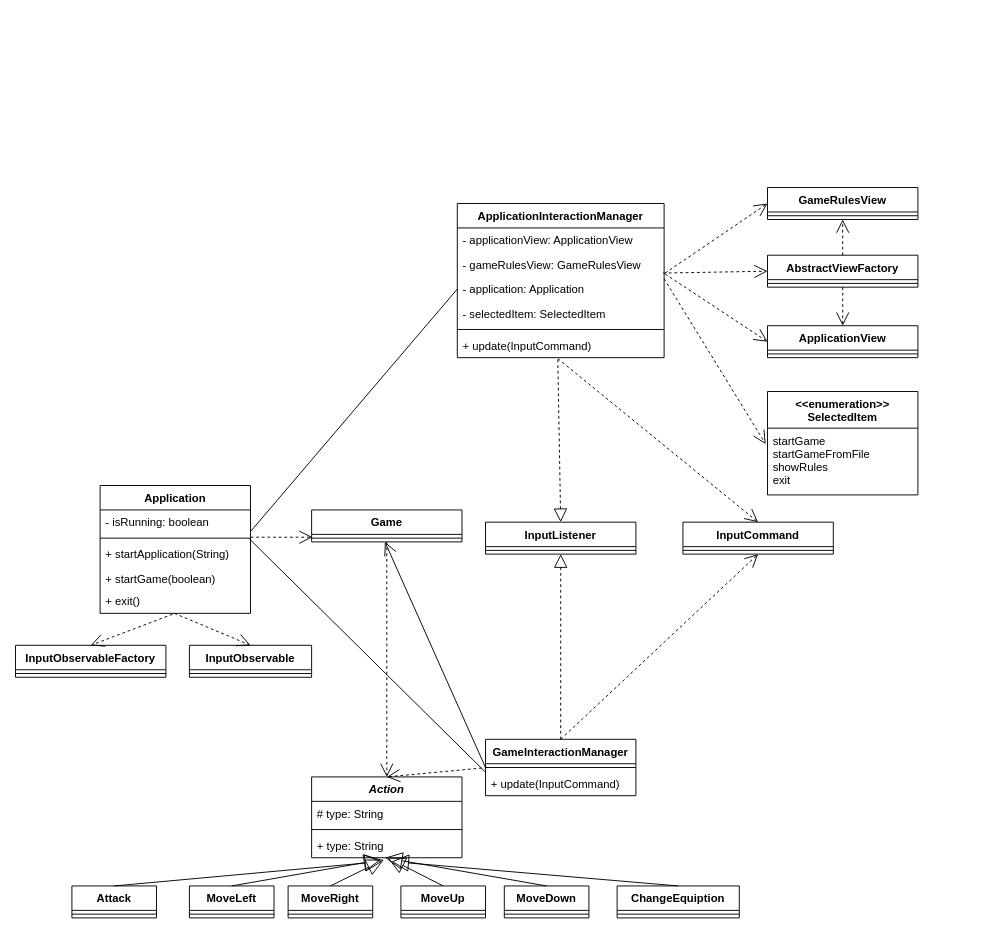
Soykaa/Roguelike keeps this draw.io diagram as architecture/source/controller_component.drawio. Above is the earlier version. Source tidied: cells renumbered, new cells numbered last; positions are measured from the earlier drawing's top-left corner, leaving out a move shared by most shapes. Both pictures are drawn from the tidied source at 94%, with x=0, y=0 at pixel (15, 187).
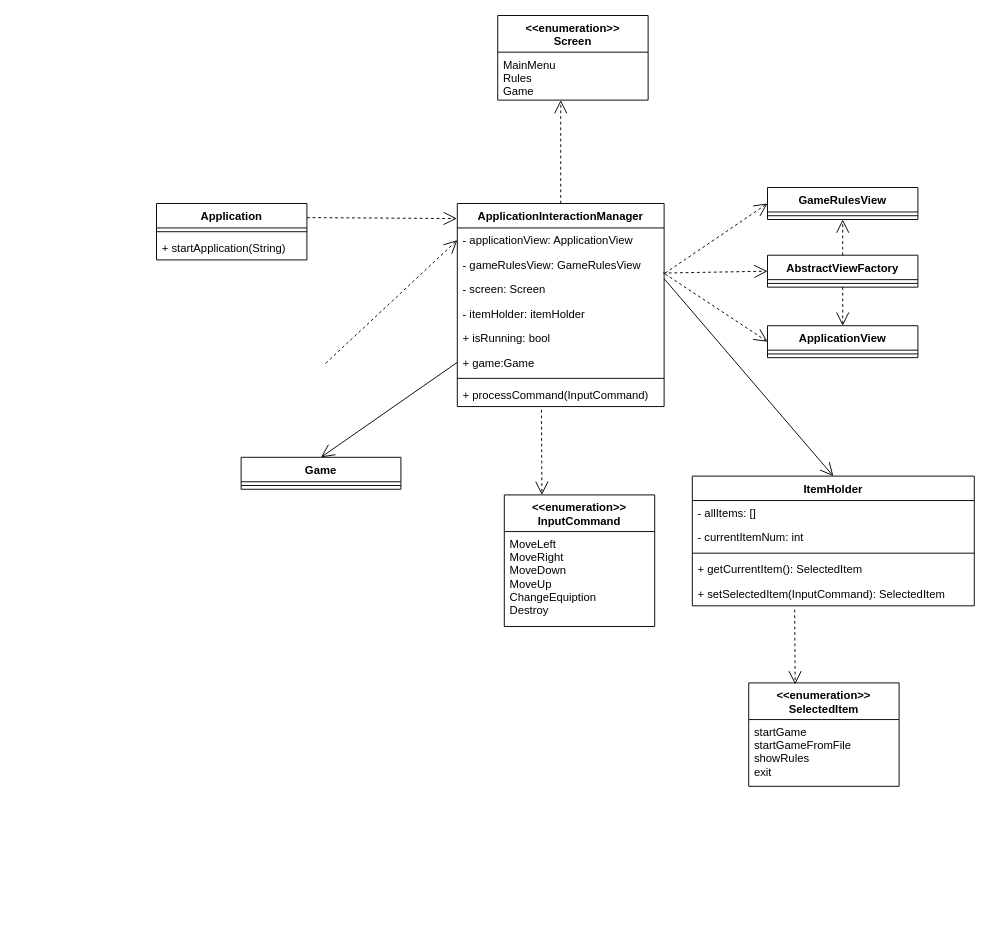
The same diagram, later.

Unchanged cells that the change refers to:
```xml
<mxCell id="15" value="- applicationView: ApplicationView" style="text;strokeColor=none;fillColor=none;align=left;verticalAlign=top;spacingLeft=4;spacingRight=4;overflow=hidden;points=[[0,0.5],[1,0.5]];portConstraint=eastwest;" parent="14" vertex="1">
  <mxGeometry y="26" width="220" height="26" as="geometry" />
</mxCell>
<mxCell id="65" value="startGame&#10;startGameFromFile&#10;showRules&#10;exit&#10;" style="text;strokeColor=none;fillColor=none;align=left;verticalAlign=top;spacingLeft=4;spacingRight=4;overflow=hidden;points=[[0,0.5],[1,0.5]];portConstraint=eastwest;" parent="64" vertex="1">
  <mxGeometry y="39" width="160" height="71" as="geometry" />
</mxCell>
```

What changed in the source:
```diff
@@
     <mxCell id="2" value="Application" style="swimlane;fontStyle=1;align=center;verticalAlign=top;horizontal=1;startSize=26;" parent="1" vertex="1">
-      <mxGeometry x="90" y="317" width="160" height="136" as="geometry" />
+      <mxGeometry x="150" y="17" width="160" height="60" as="geometry" />
     </mxCell>
-    <mxCell id="3" value="- isRunning: boolean" style="text;strokeColor=none;fillColor=none;align=left;verticalAlign=top;spacingLeft=4;spacingRight=4;overflow=hidden;points=[[0,0.5],[1,0.5]];portConstraint=eastwest;" parent="2" vertex="1">
-      <mxGeometry y="26" width="160" height="26" as="geometry" />
-    </mxCell>
     <mxCell id="4" style="line;strokeWidth=1;fillColor=none;align=left;verticalAlign=middle;spacingTop=-1;spacingLeft=3;spacingRight=3;labelPosition=right;" parent="2" vertex="1">
-      <mxGeometry y="52" width="160" height="8" as="geometry" />
+      <mxGeometry y="26" width="160" height="8" as="geometry" />
     </mxCell>
     <mxCell id="5" value="+ startApplication(String)" style="text;strokeColor=none;fillColor=none;align=left;verticalAlign=top;spacingLeft=4;spacingRight=4;overflow=hidden;points=[[0,0.5],[1,0.5]];portConstraint=eastwest;" parent="2" vertex="1">
-      <mxGeometry y="60" width="160" height="50" as="geometry" />
+      <mxGeometry y="34" width="160" height="26" as="geometry" />
     </mxCell>
-    <mxCell id="6" value="+ exit()" style="text;strokeColor=none;fillColor=none;align=left;verticalAlign=top;spacingLeft=4;spacingRight=4;overflow=hidden;points=[[0,0.5],[1,0.5]];portConstraint=eastwest;" parent="2" vertex="1">
-      <mxGeometry y="110" width="160" height="26" as="geometry" />
-    </mxCell>
-    <mxCell id="7" value="+ startGame(boolean)" style="text;strokeColor=none;fillColor=none;align=left;verticalAlign=top;spacingLeft=4;spacingRight=4;overflow=hidden;" parent="1" vertex="1">
-      <mxGeometry x="90" y="403" width="160" height="26" as="geometry" />
-    </mxCell>
-    <mxCell id="8" value="InputObservableFactory" style="swimlane;fontStyle=1;align=center;verticalAlign=top;horizontal=1;startSize=26;" parent="1" vertex="1">
-      <mxGeometry y="487" width="160" height="34" as="geometry" />
-    </mxCell>
-    <mxCell id="9" style="line;strokeWidth=1;fillColor=none;align=left;verticalAlign=middle;spacingTop=-1;spacingLeft=3;spacingRight=3;labelPosition=right;" parent="8" vertex="1">
-      <mxGeometry y="26" width="160" height="8" as="geometry" />
-    </mxCell>
-    <mxCell id="10" value="InputObservable" style="swimlane;fontStyle=1;align=center;verticalAlign=top;horizontal=1;startSize=26;" parent="1" vertex="1">
-      <mxGeometry x="185" y="487" width="130" height="34" as="geometry" />
-    </mxCell>
-    <mxCell id="11" style="line;strokeWidth=1;fillColor=none;align=left;verticalAlign=middle;spacingTop=-1;spacingLeft=3;spacingRight=3;labelPosition=right;" parent="10" vertex="1">
-      <mxGeometry y="26" width="130" height="8" as="geometry" />
-    </mxCell>
-    <mxCell id="12" style="endArrow=open;endSize=12;dashed=1;html=1;exitX=0.481;exitY=1.038;exitDx=0;exitDy=0;exitPerimeter=0;entryX=0.5;entryY=0;entryDx=0;entryDy=0;" parent="1" edge="1" source="6" target="8">
-      <mxGeometry relative="1" as="geometry" />
-    </mxCell>
-    <mxCell id="13" style="endArrow=open;endSize=12;dashed=1;html=1;exitX=0.494;exitY=1;exitDx=0;exitDy=0;exitPerimeter=0;entryX=0.5;entryY=0;entryDx=0;entryDy=0;" parent="1" edge="1" source="6" target="10">
-      <mxGeometry relative="1" as="geometry" />
-    </mxCell>
     <mxCell id="14" value="ApplicationInteractionManager" style="swimlane;fontStyle=1;align=center;verticalAlign=top;horizontal=1;startSize=26;" parent="1" vertex="1">
-      <mxGeometry x="470" y="17" width="220" height="164" as="geometry" />
+      <mxGeometry x="470" y="17" width="220" height="216" as="geometry" />
     </mxCell>
@@
-    <mxCell id="17" value="- application: Application" style="text;strokeColor=none;fillColor=none;align=left;verticalAlign=top;spacingLeft=4;spacingRight=4;overflow=hidden;points=[[0,0.5],[1,0.5]];portConstraint=eastwest;" parent="14" vertex="1">
+    <mxCell id="17" value="- screen: Screen" style="text;strokeColor=none;fillColor=none;align=left;verticalAlign=top;spacingLeft=4;spacingRight=4;overflow=hidden;points=[[0,0.5],[1,0.5]];portConstraint=eastwest;" parent="14" vertex="1">
       <mxGeometry y="78" width="220" height="26" as="geometry" />
     </mxCell>
-    <mxCell id="18" value="- selectedItem: SelectedItem" style="text;strokeColor=none;fillColor=none;align=left;verticalAlign=top;spacingLeft=4;spacingRight=4;overflow=hidden;" parent="14" vertex="1">
+    <mxCell id="18" value="- itemHolder: itemHolder" style="text;strokeColor=none;fillColor=none;align=left;verticalAlign=top;spacingLeft=4;spacingRight=4;overflow=hidden;" parent="14" vertex="1">
       <mxGeometry y="104" width="220" height="26" as="geometry" />
     </mxCell>
+    <mxCell id="76" value="+ isRunning: bool" style="text;strokeColor=none;fillColor=none;align=left;verticalAlign=top;spacingLeft=4;spacingRight=4;overflow=hidden;" parent="14" vertex="1">
+      <mxGeometry y="130" width="220" height="26" as="geometry" />
+    </mxCell>
+    <mxCell id="77" value="+ game:Game" style="text;strokeColor=none;fillColor=none;align=left;verticalAlign=top;spacingLeft=4;spacingRight=4;overflow=hidden;points=[[0,0.5],[1,0.5]];portConstraint=eastwest;" parent="14" vertex="1">
+      <mxGeometry y="156" width="220" height="26" as="geometry" />
+    </mxCell>
     <mxCell id="19" style="line;strokeWidth=1;fillColor=none;align=left;verticalAlign=middle;spacingTop=-1;spacingLeft=3;spacingRight=3;labelPosition=right;" parent="14" vertex="1">
-      <mxGeometry y="130" width="220" height="8" as="geometry" />
+      <mxGeometry y="182" width="220" height="8" as="geometry" />
     </mxCell>
-    <mxCell id="20" value="+ update(InputCommand)" style="text;strokeColor=none;fillColor=none;align=left;verticalAlign=top;spacingLeft=4;spacingRight=4;overflow=hidden;points=[[0,0.5],[1,0.5]];portConstraint=eastwest;" parent="14" vertex="1">
-      <mxGeometry y="138" width="220" height="26" as="geometry" />
+    <mxCell id="20" value="+ processCommand(InputCommand)" style="text;strokeColor=none;fillColor=none;align=left;verticalAlign=top;spacingLeft=4;spacingRight=4;overflow=hidden;points=[[0,0.5],[1,0.5]];portConstraint=eastwest;" parent="14" vertex="1">
+      <mxGeometry y="190" width="220" height="26" as="geometry" />
     </mxCell>
-    <mxCell id="21" style="endArrow=none;html=1;entryX=0;entryY=0.5;entryDx=0;entryDy=0;exitX=1;exitY=0.885;exitDx=0;exitDy=0;exitPerimeter=0;" parent="1" edge="1" source="3" target="17">
-      <mxGeometry relative="1" as="geometry" />
-    </mxCell>
-    <mxCell id="22" value="Game" style="swimlane;fontStyle=1;align=center;verticalAlign=top;horizontal=1;startSize=26;" parent="1" vertex="1">
-      <mxGeometry x="315" y="343" width="160" height="34" as="geometry" />
-    </mxCell>
-    <mxCell id="23" style="line;strokeWidth=1;fillColor=none;align=left;verticalAlign=middle;spacingTop=-1;spacingLeft=3;spacingRight=3;labelPosition=right;" parent="22" vertex="1">
-      <mxGeometry y="26" width="160" height="8" as="geometry" />
-    </mxCell>
-    <mxCell id="24" style="endArrow=open;endSize=12;dashed=1;html=1;entryX=0.006;entryY=-0.192;entryDx=0;entryDy=0;entryPerimeter=0;" parent="1" edge="1">
-      <mxGeometry relative="1" as="geometry">
-        <mxPoint x="250" y="372" as="sourcePoint" />
-        <mxPoint x="316" y="372" as="targetPoint" />
-      </mxGeometry>
-    </mxCell>
-    <mxCell id="25" value="InputListener" style="swimlane;fontStyle=1;align=center;verticalAlign=top;horizontal=1;startSize=26;" parent="1" vertex="1">
-      <mxGeometry x="500" y="356" width="160" height="34" as="geometry" />
-    </mxCell>
-    <mxCell id="26" style="line;strokeWidth=1;fillColor=none;align=left;verticalAlign=middle;spacingTop=-1;spacingLeft=3;spacingRight=3;labelPosition=right;" parent="25" vertex="1">
-      <mxGeometry y="26" width="160" height="8" as="geometry" />
-    </mxCell>
-    <mxCell id="27" style="endArrow=block;dashed=1;endFill=0;endSize=12;html=1;exitX=0.486;exitY=1.077;exitDx=0;exitDy=0;exitPerimeter=0;entryX=0.5;entryY=0;entryDx=0;entryDy=0;" parent="1" edge="1" source="20" target="25">
-      <mxGeometry relative="1" as="geometry" />
-    </mxCell>
-    <mxCell id="28" value="GameInteractionManager" style="swimlane;fontStyle=1;align=center;verticalAlign=top;horizontal=1;startSize=26;" parent="1" vertex="1">
-      <mxGeometry x="500" y="587" width="160" height="60" as="geometry" />
-    </mxCell>
-    <mxCell id="29" style="line;strokeWidth=1;fillColor=none;align=left;verticalAlign=middle;spacingTop=-1;spacingLeft=3;spacingRight=3;labelPosition=right;points=[];portConstraint=eastwest;" parent="28" vertex="1">
-      <mxGeometry y="26" width="160" height="8" as="geometry" />
-    </mxCell>
-    <mxCell id="30" value="+ update(InputCommand)" style="text;strokeColor=none;fillColor=none;align=left;verticalAlign=top;spacingLeft=4;spacingRight=4;overflow=hidden;points=[[0,0.5],[1,0.5]];portConstraint=eastwest;" parent="28" vertex="1">
-      <mxGeometry y="34" width="160" height="26" as="geometry" />
-    </mxCell>
-    <mxCell id="31" style="endArrow=block;dashed=1;endFill=0;endSize=12;html=1;exitX=0.5;exitY=0;exitDx=0;exitDy=0;entryX=0.5;entryY=1;entryDx=0;entryDy=0;" parent="1" edge="1" source="28" target="25">
-      <mxGeometry relative="1" as="geometry" />
-    </mxCell>
-    <mxCell id="32" style="endArrow=open;endFill=1;endSize=12;html=1;exitX=0;exitY=0.5;exitDx=0;exitDy=0;exitPerimeter=0;" parent="1" edge="1" source="29">
-      <mxGeometry relative="1" as="geometry">
-        <mxPoint x="393" y="377" as="targetPoint" />
-      </mxGeometry>
-    </mxCell>
-    <mxCell id="33" value="Action" style="swimlane;fontStyle=3;align=center;verticalAlign=top;horizontal=1;startSize=26;" parent="1" vertex="1">
-      <mxGeometry x="315" y="627" width="160" height="86" as="geometry" />
-    </mxCell>
-    <mxCell id="34" value="# type: String" style="text;strokeColor=none;fillColor=none;align=left;verticalAlign=top;spacingLeft=4;spacingRight=4;overflow=hidden;" parent="33" vertex="1">
-      <mxGeometry y="26" width="160" height="26" as="geometry" />
-    </mxCell>
-    <mxCell id="35" style="line;strokeWidth=1;fillColor=none;align=left;verticalAlign=middle;spacingTop=-1;spacingLeft=3;spacingRight=3;labelPosition=right;" parent="33" vertex="1">
-      <mxGeometry y="52" width="160" height="8" as="geometry" />
-    </mxCell>
-    <mxCell id="36" value="+ type: String" style="text;strokeColor=none;fillColor=none;align=left;verticalAlign=top;spacingLeft=4;spacingRight=4;overflow=hidden;points=[[0,0.5],[1,0.5]];portConstraint=eastwest;" parent="33" vertex="1">
-      <mxGeometry y="60" width="160" height="26" as="geometry" />
-    </mxCell>
-    <mxCell id="37" value="MoveLeft" style="swimlane;fontStyle=1;align=center;verticalAlign=top;horizontal=1;startSize=26;" parent="1" vertex="1">
-      <mxGeometry x="185" y="743" width="90" height="34" as="geometry" />
-    </mxCell>
-    <mxCell id="38" style="line;strokeWidth=1;fillColor=none;align=left;verticalAlign=middle;spacingTop=-1;spacingLeft=3;spacingRight=3;labelPosition=right;" parent="37" vertex="1">
-      <mxGeometry y="26" width="90" height="8" as="geometry" />
-    </mxCell>
-    <mxCell id="39" style="endArrow=block;endSize=16;endFill=0;html=1;exitX=0.5;exitY=0;exitDx=0;exitDy=0;entryX=0.463;entryY=1.077;entryDx=0;entryDy=0;entryPerimeter=0;" parent="1" edge="1" source="37" target="36">
-      <mxGeometry relative="1" as="geometry" />
-    </mxCell>
-    <mxCell id="40" value="MoveRight" style="swimlane;fontStyle=1;align=center;verticalAlign=top;horizontal=1;startSize=26;" parent="1" vertex="1">
-      <mxGeometry x="290" y="743" width="90" height="34" as="geometry" />
-    </mxCell>
-    <mxCell id="41" style="line;strokeWidth=1;fillColor=none;align=left;verticalAlign=middle;spacingTop=-1;spacingLeft=3;spacingRight=3;labelPosition=right;" parent="40" vertex="1">
-      <mxGeometry y="26" width="90" height="8" as="geometry" />
-    </mxCell>
-    <mxCell id="42" value="MoveUp" style="swimlane;fontStyle=1;align=center;verticalAlign=top;horizontal=1;startSize=26;" parent="1" vertex="1">
-      <mxGeometry x="410" y="743" width="90" height="34" as="geometry" />
-    </mxCell>
-    <mxCell id="43" style="line;strokeWidth=1;fillColor=none;align=left;verticalAlign=middle;spacingTop=-1;spacingLeft=3;spacingRight=3;labelPosition=right;" parent="42" vertex="1">
-      <mxGeometry y="26" width="90" height="8" as="geometry" />
-    </mxCell>
-    <mxCell id="44" value="MoveDown" style="swimlane;fontStyle=1;align=center;verticalAlign=top;horizontal=1;startSize=26;" parent="1" vertex="1">
-      <mxGeometry x="520" y="743" width="90" height="34" as="geometry" />
-    </mxCell>
-    <mxCell id="45" style="line;strokeWidth=1;fillColor=none;align=left;verticalAlign=middle;spacingTop=-1;spacingLeft=3;spacingRight=3;labelPosition=right;" parent="44" vertex="1">
-      <mxGeometry y="26" width="90" height="8" as="geometry" />
-    </mxCell>
-    <mxCell id="46" style="endArrow=block;endSize=16;endFill=0;html=1;exitX=0.5;exitY=0;exitDx=0;exitDy=0;entryX=0.481;entryY=1.077;entryDx=0;entryDy=0;entryPerimeter=0;" parent="1" edge="1" source="40" target="36">
-      <mxGeometry relative="1" as="geometry" />
-    </mxCell>
-    <mxCell id="47" style="endArrow=block;endSize=16;endFill=0;html=1;exitX=0.5;exitY=0;exitDx=0;exitDy=0;entryX=0.506;entryY=1;entryDx=0;entryDy=0;entryPerimeter=0;" parent="1" edge="1" source="42" target="36">
-      <mxGeometry relative="1" as="geometry" />
-    </mxCell>
-    <mxCell id="48" style="endArrow=block;endSize=16;endFill=0;html=1;exitX=0.5;exitY=0;exitDx=0;exitDy=0;entryX=0.488;entryY=1;entryDx=0;entryDy=0;entryPerimeter=0;" parent="1" edge="1" source="44" target="36">
-      <mxGeometry relative="1" as="geometry" />
-    </mxCell>
-    <mxCell id="49" value="InputCommand" style="swimlane;fontStyle=1;align=center;verticalAlign=top;horizontal=1;startSize=26;" parent="1" vertex="1">
-      <mxGeometry x="710" y="356" width="160" height="34" as="geometry" />
-    </mxCell>
-    <mxCell id="50" style="line;strokeWidth=1;fillColor=none;align=left;verticalAlign=middle;spacingTop=-1;spacingLeft=3;spacingRight=3;labelPosition=right;" parent="49" vertex="1">
-      <mxGeometry y="26" width="160" height="8" as="geometry" />
-    </mxCell>
-    <mxCell id="51" style="endArrow=open;endSize=12;dashed=1;html=1;exitX=0.486;exitY=1.038;exitDx=0;exitDy=0;exitPerimeter=0;entryX=0.5;entryY=0;entryDx=0;entryDy=0;" parent="1" edge="1" source="20" target="49">
-      <mxGeometry relative="1" as="geometry" />
-    </mxCell>
-    <mxCell id="52" style="endArrow=open;endSize=12;dashed=1;html=1;entryX=0.5;entryY=1;entryDx=0;entryDy=0;exitX=0.5;exitY=0;exitDx=0;exitDy=0;" parent="1" edge="1" source="28" target="49">
-      <mxGeometry relative="1" as="geometry" />
-    </mxCell>
@@
     <mxCell id="64" value="&lt;&lt;enumeration&gt;&gt;&#10;SelectedItem&#10;" style="swimlane;fontStyle=1;align=center;verticalAlign=top;horizontal=1;startSize=39;" parent="1" vertex="1">
-      <mxGeometry x="800" y="217" width="160" height="110" as="geometry" />
+      <mxGeometry x="780" y="527" width="160" height="110" as="geometry" />
     </mxCell>
@@
-    <mxCell id="66" style="endArrow=open;endSize=12;dashed=1;html=1;entryX=-0.012;entryY=0.239;entryDx=0;entryDy=0;entryPerimeter=0;" parent="1" edge="1" target="65">
+    <mxCell id="66" style="endArrow=open;endSize=12;html=1;entryX=0.5;entryY=0;entryDx=0;entryDy=0;" parent="1" edge="1" target="85">
       <mxGeometry relative="1" as="geometry">
         <mxPoint x="690" y="97" as="sourcePoint" />
       </mxGeometry>
     </mxCell>
-    <mxCell id="67" style="endArrow=none;html=1;entryX=0;entryY=0.038;entryDx=0;entryDy=0;exitX=0.994;exitY=-0.06;exitDx=0;exitDy=0;exitPerimeter=0;entryPerimeter=0;" parent="1" edge="1" source="5" target="30">
-      <mxGeometry relative="1" as="geometry" />
-    </mxCell>
-    <mxCell id="68" style="endArrow=open;endSize=12;dashed=1;html=1;entryX=0.5;entryY=0;entryDx=0;entryDy=0;" parent="1" edge="1" target="33">
-      <mxGeometry relative="1" as="geometry">
-        <mxPoint x="395" y="377" as="sourcePoint" />
-      </mxGeometry>
-    </mxCell>
-    <mxCell id="69" style="endArrow=open;endSize=12;dashed=1;html=1;entryX=0.5;entryY=0;entryDx=0;entryDy=0;exitX=0.013;exitY=-0.154;exitDx=0;exitDy=0;exitPerimeter=0;" parent="1" edge="1" source="30" target="33">
-      <mxGeometry relative="1" as="geometry" />
-    </mxCell>
-    <mxCell id="70" value="ChangeEquiption&#10;" style="swimlane;fontStyle=1;align=center;verticalAlign=top;horizontal=1;startSize=26;" parent="1" vertex="1">
-      <mxGeometry x="640" y="743" width="130" height="34" as="geometry" />
-    </mxCell>
-    <mxCell id="71" style="line;strokeWidth=1;fillColor=none;align=left;verticalAlign=middle;spacingTop=-1;spacingLeft=3;spacingRight=3;labelPosition=right;" parent="70" vertex="1">
-      <mxGeometry y="26" width="130" height="8" as="geometry" />
-    </mxCell>
-    <mxCell id="72" style="endArrow=block;endSize=16;endFill=0;html=1;exitX=0.5;exitY=0;exitDx=0;exitDy=0;" parent="1" edge="1" source="70">
-      <mxGeometry relative="1" as="geometry">
-        <mxPoint x="400" y="717" as="targetPoint" />
-      </mxGeometry>
-    </mxCell>
-    <mxCell id="73" value="Attack" style="swimlane;fontStyle=1;align=center;verticalAlign=top;horizontal=1;startSize=26;" parent="1" vertex="1">
-      <mxGeometry x="60" y="743" width="90" height="34" as="geometry" />
-    </mxCell>
-    <mxCell id="74" style="line;strokeWidth=1;fillColor=none;align=left;verticalAlign=middle;spacingTop=-1;spacingLeft=3;spacingRight=3;labelPosition=right;" parent="73" vertex="1">
-      <mxGeometry y="26" width="90" height="8" as="geometry" />
-    </mxCell>
-    <mxCell id="75" style="endArrow=block;endSize=16;endFill=0;html=1;exitX=0.5;exitY=0;exitDx=0;exitDy=0;" parent="1" edge="1" source="73">
-      <mxGeometry relative="1" as="geometry">
-        <mxPoint x="390" y="717" as="targetPoint" />
-      </mxGeometry>
-    </mxCell>
+    <mxCell id="22" value="Game" style="swimlane;fontStyle=1;align=center;verticalAlign=top;horizontal=1;startSize=26;" parent="1" vertex="1">
+      <mxGeometry x="240" y="287" width="170" height="34" as="geometry" />
+    </mxCell>
+    <mxCell id="78" style="line;strokeWidth=1;fillColor=none;align=left;verticalAlign=middle;spacingTop=-1;spacingLeft=3;spacingRight=3;labelPosition=right;" parent="22" vertex="1">
+      <mxGeometry y="26" width="170" height="8" as="geometry" />
+    </mxCell>
+    <mxCell id="79" style="endArrow=open;endFill=1;endSize=12;html=1;rounded=0;entryX=0.5;entryY=0;entryDx=0;entryDy=0;exitX=0;exitY=0.5;exitDx=0;exitDy=0;" parent="1" edge="1" source="77" target="22">
+      <mxGeometry relative="1" as="geometry" />
+    </mxCell>
+    <mxCell id="80" style="endArrow=open;endFill=1;endSize=12;html=1;rounded=0;exitX=1;exitY=0.5;exitDx=0;exitDy=0;entryX=0;entryY=0.5;entryDx=0;entryDy=0;dashed=1;" parent="1" edge="1" target="15">
+      <mxGeometry relative="1" as="geometry">
+        <mxPoint x="330" y="187" as="sourcePoint" />
+      </mxGeometry>
+    </mxCell>
+    <mxCell id="81" style="endArrow=open;endFill=1;endSize=12;html=1;rounded=0;dashed=1;entryX=0.25;entryY=0;entryDx=0;entryDy=0;exitX=0.407;exitY=1.135;exitDx=0;exitDy=0;exitPerimeter=0;" parent="1" edge="1" source="20" target="83">
+      <mxGeometry relative="1" as="geometry" />
+    </mxCell>
+    <mxCell id="82" style="endArrow=open;endFill=1;endSize=12;html=1;rounded=0;dashed=1;exitX=1;exitY=0.25;exitDx=0;exitDy=0;entryX=-0.002;entryY=0.074;entryDx=0;entryDy=0;entryPerimeter=0;" parent="1" edge="1" source="2" target="14">
+      <mxGeometry relative="1" as="geometry" />
+    </mxCell>
+    <mxCell id="83" value="&lt;&lt;enumeration&gt;&gt;&#10;InputCommand" style="swimlane;fontStyle=1;align=center;verticalAlign=top;horizontal=1;startSize=39;" parent="1" vertex="1">
+      <mxGeometry x="520" y="327" width="160" height="140" as="geometry" />
+    </mxCell>
+    <mxCell id="84" value="MoveLeft&#10;MoveRight&#10;MoveDown&#10;MoveUp&#10;ChangeEquiption&#10;Destroy" style="text;strokeColor=none;fillColor=none;align=left;verticalAlign=top;spacingLeft=4;spacingRight=4;overflow=hidden;" parent="83" vertex="1">
+      <mxGeometry y="39" width="160" height="101" as="geometry" />
+    </mxCell>
+    <mxCell id="85" value="ItemHolder" style="swimlane;fontStyle=1;align=center;verticalAlign=top;horizontal=1;startSize=26;" parent="1" vertex="1">
+      <mxGeometry x="720" y="307" width="300" height="138" as="geometry" />
+    </mxCell>
+    <mxCell id="86" value="- allItems: []" style="text;strokeColor=none;fillColor=none;align=left;verticalAlign=top;spacingLeft=4;spacingRight=4;overflow=hidden;" parent="85" vertex="1">
+      <mxGeometry y="26" width="300" height="26" as="geometry" />
+    </mxCell>
+    <mxCell id="87" value="- currentItemNum: int" style="text;strokeColor=none;fillColor=none;align=left;verticalAlign=top;spacingLeft=4;spacingRight=4;overflow=hidden;" parent="85" vertex="1">
+      <mxGeometry y="52" width="300" height="26" as="geometry" />
+    </mxCell>
+    <mxCell id="88" style="line;strokeWidth=1;fillColor=none;align=left;verticalAlign=middle;spacingTop=-1;spacingLeft=3;spacingRight=3;labelPosition=right;" parent="85" vertex="1">
+      <mxGeometry y="78" width="300" height="8" as="geometry" />
+    </mxCell>
+    <mxCell id="89" value="+ getCurrentItem(): SelectedItem" style="text;strokeColor=none;fillColor=none;align=left;verticalAlign=top;spacingLeft=4;spacingRight=4;overflow=hidden;" parent="85" vertex="1">
+      <mxGeometry y="86" width="300" height="26" as="geometry" />
+    </mxCell>
+    <mxCell id="90" value="+ setSelectedItem(InputCommand): SelectedItem" style="text;strokeColor=none;fillColor=none;align=left;verticalAlign=top;spacingLeft=4;spacingRight=4;overflow=hidden;points=[[0,0.5],[1,0.5]];portConstraint=eastwest;" parent="85" vertex="1">
+      <mxGeometry y="112" width="300" height="26" as="geometry" />
+    </mxCell>
+    <mxCell id="91" style="endArrow=open;endFill=1;endSize=12;html=1;rounded=0;entryX=0.309;entryY=0.014;entryDx=0;entryDy=0;entryPerimeter=0;dashed=1;exitX=0.363;exitY=1.154;exitDx=0;exitDy=0;exitPerimeter=0;" parent="1" edge="1" source="90" target="64">
+      <mxGeometry relative="1" as="geometry" />
+    </mxCell>
+    <mxCell id="92" value="&lt;&lt;enumeration&gt;&gt;&#10;Screen" style="swimlane;fontStyle=1;align=center;verticalAlign=top;horizontal=1;startSize=39;" parent="1" vertex="1">
+      <mxGeometry x="513" y="-183" width="160" height="90" as="geometry" />
+    </mxCell>
+    <mxCell id="93" value="MainMenu&#10;Rules&#10;Game" style="text;strokeColor=none;fillColor=none;align=left;verticalAlign=top;spacingLeft=4;spacingRight=4;overflow=hidden;points=[[0,0.5],[1,0.5]];portConstraint=eastwest;" parent="92" vertex="1">
+      <mxGeometry y="39" width="160" height="51" as="geometry" />
+    </mxCell>
+    <mxCell id="94" style="endArrow=open;endFill=1;endSize=12;html=1;rounded=0;dashed=1;exitX=0.5;exitY=0;exitDx=0;exitDy=0;entryX=0.419;entryY=1;entryDx=0;entryDy=0;entryPerimeter=0;" parent="1" edge="1" source="14" target="93">
+      <mxGeometry relative="1" as="geometry" />
+    </mxCell>
```
